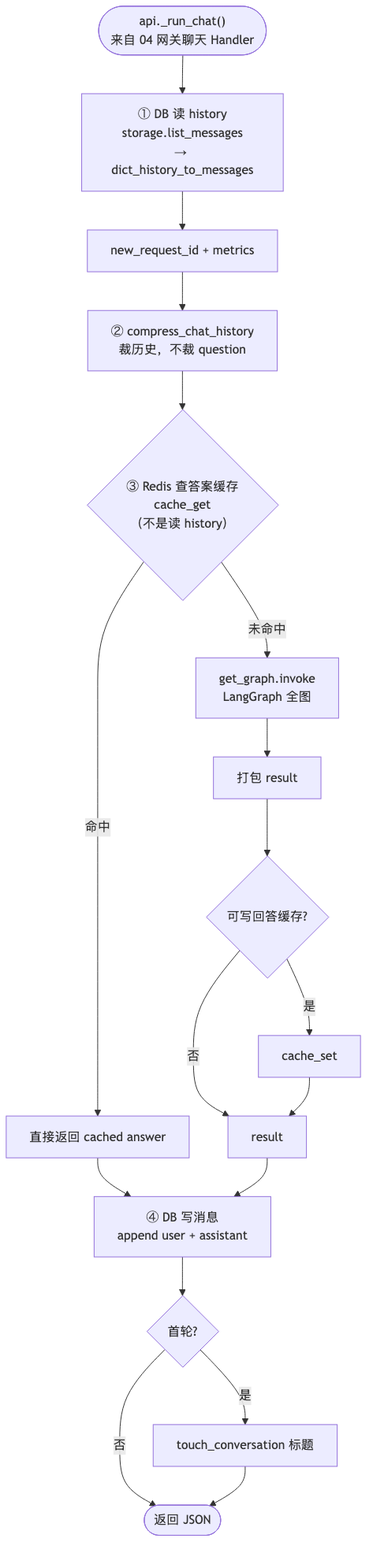
The Mermaid diagram project_00_rag_agent/docs/diagrams/07_ask_sync.png in charlie-chann/ai-agent-langgraph-main, before a commit. Its source is kept beside it as project_00_rag_agent/docs/diagrams/source/07_ask_sync.mmd.
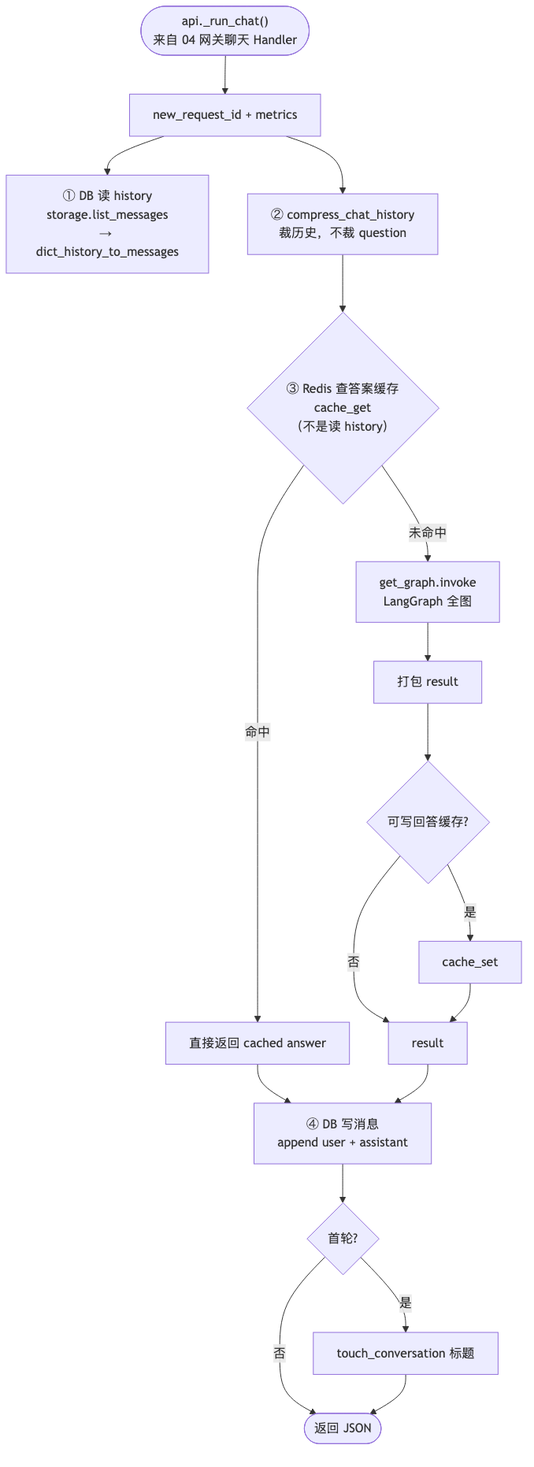
After the change.

The edit, as a diff of the source:
```diff
@@ -1,6 +1,6 @@
 flowchart TD
-    START(["api._run_chat()<br/>来自 04 网关聊天 Handler"]) --> LOAD["① DB 读 history<br/>storage.list_messages<br/>→ dict_history_to_messages"]
-    LOAD --> RID[new_request_id + metrics]
+    START(["api._run_chat()<br/>来自 04 网关聊天 Handler"]) --> RID[new_request_id + metrics]
+    RID --> LOAD["① DB 读 history<br/>storage.list_messages<br/>→ dict_history_to_messages"]
 
     RID --> A1["② compress_chat_history<br/>裁历史，不裁 question"]
     A1 --> A2{"③ Redis 查答案缓存<br/>cache_get<br/>（不是读 history）"}
```
